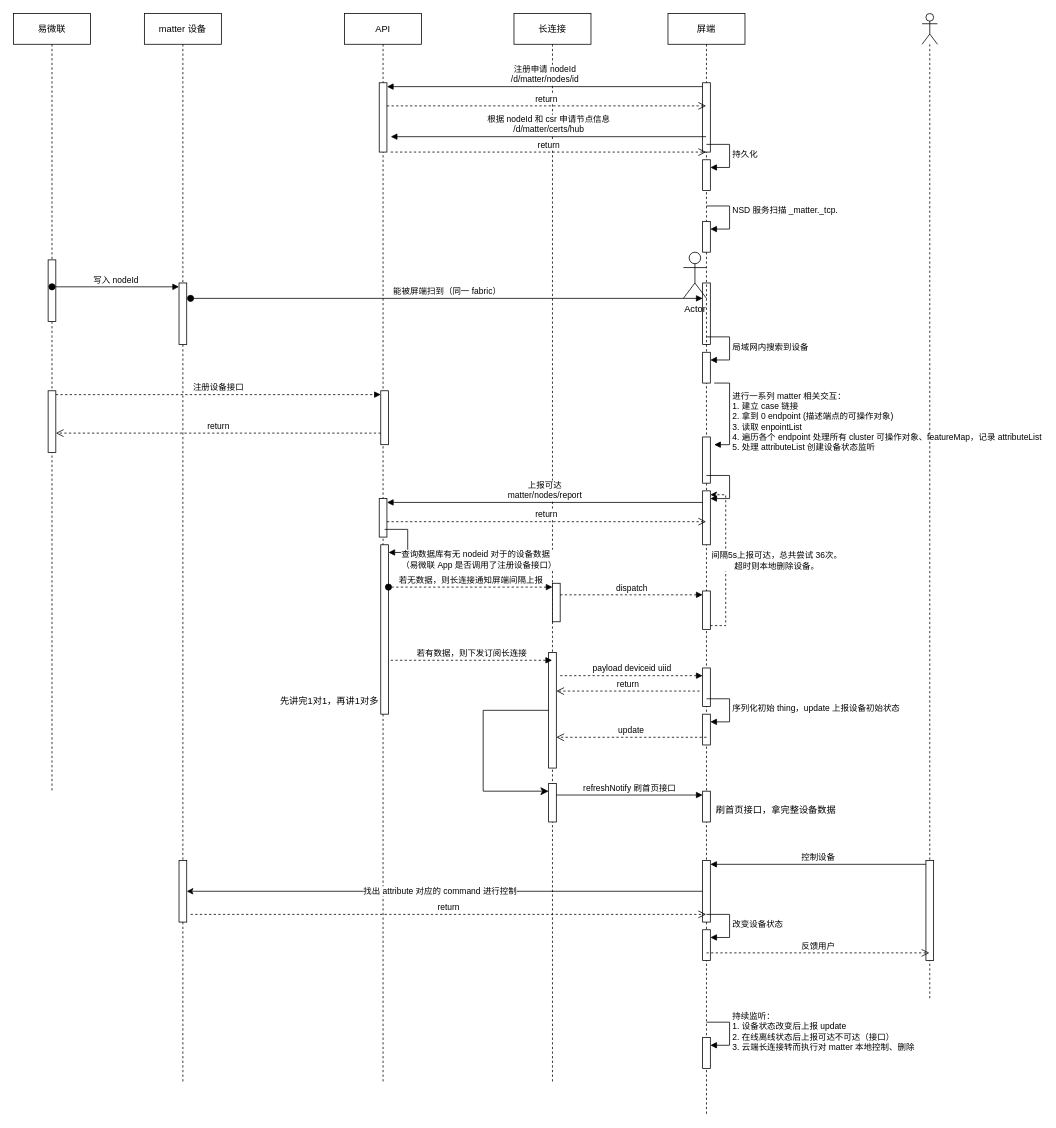
This is Matter hub 接入方案.drawio from FE-Sadhu/diagram, a draw.io file, before an edit. Source tidied: cells renumbered, new cells numbered last; positions are measured from the earlier drawing's top-left corner, leaving out a move shared by most shapes. Both pictures are drawn from the tidied source at 77%, with x=0, y=0 at pixel (13, 13).
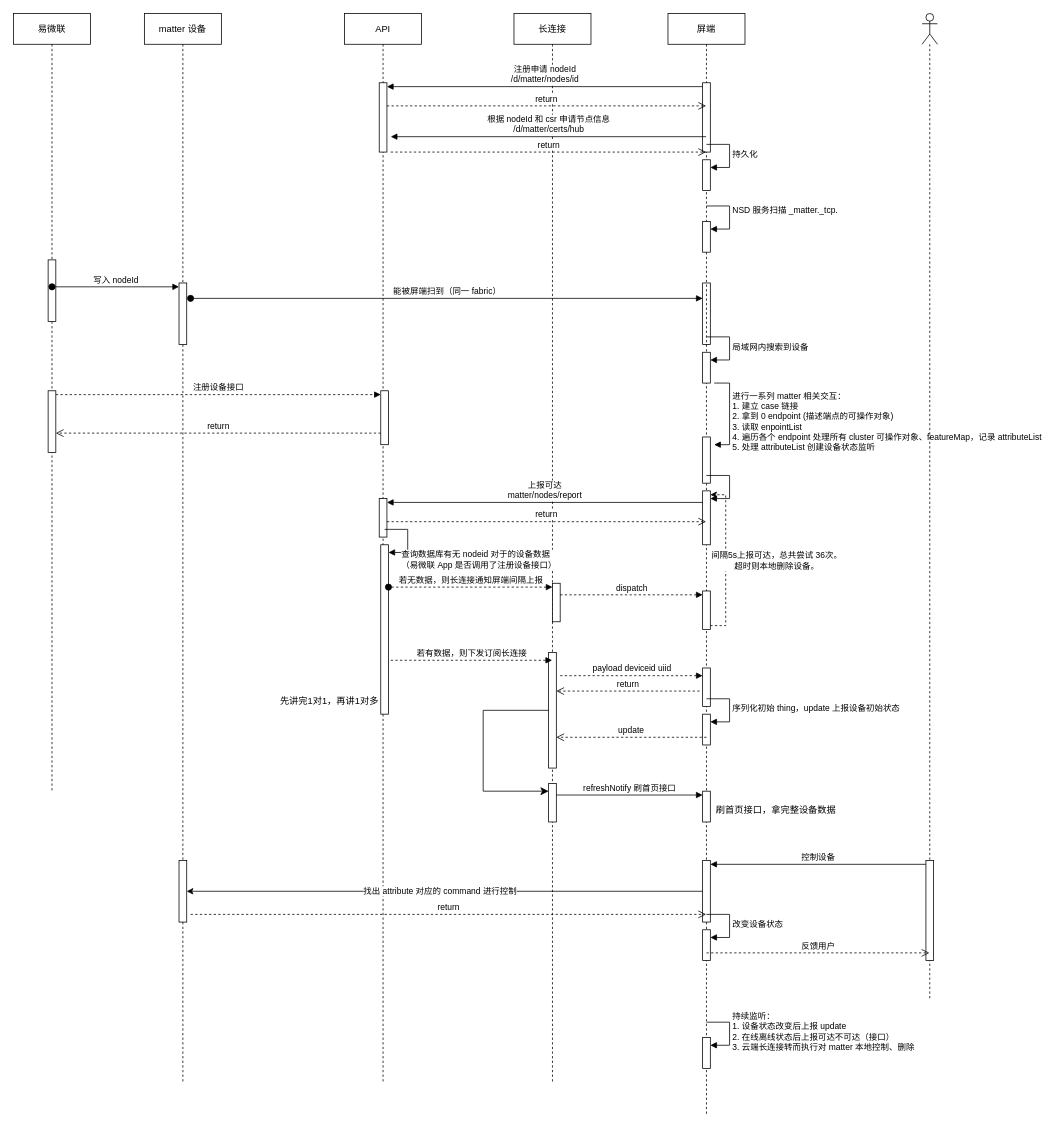
The same page after the edit.

Commit message (it also covers changes not shown here):
更新Matter hub 接入方案.drawio

Change to the diagram source:
```diff
@@
-    <mxCell id="64" value="Actor" style="shape=umlActor;verticalLabelPosition=bottom;verticalAlign=top;html=1;" parent="1" vertex="1">
-      <mxGeometry x="870" y="310" width="30" height="60" as="geometry" />
-    </mxCell>
```
